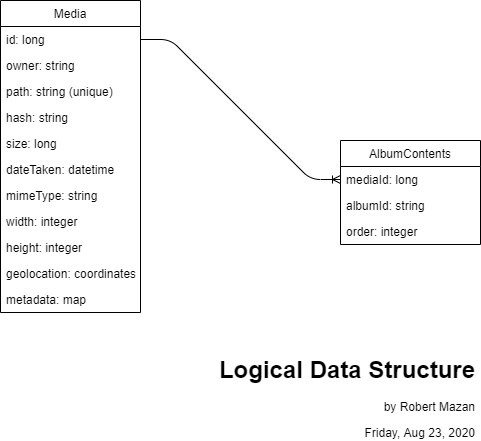
The draw.io diagram docs/images/logical_data_structure.png in robmazan/coffeetable, before a commit. Source tidied: cells renumbered, new cells last; positions are measured from the earlier drawing's top-left corner, leaving out a move shared by most shapes.
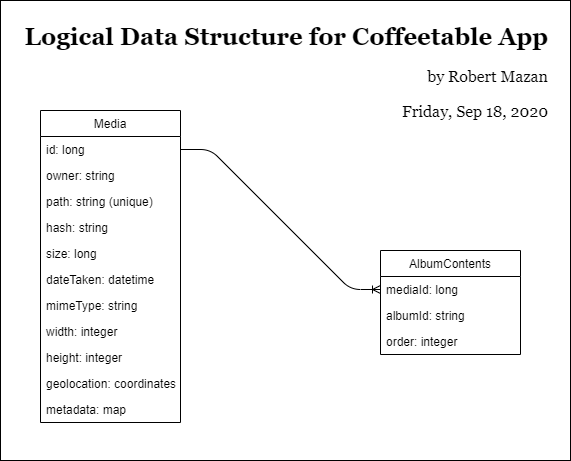
The same file after the commit.

What changed in the source:
```diff
@@ -2,6 +2,9 @@
   <root>
     <mxCell id="0" />
     <mxCell id="1" parent="0" />
+    <mxCell id="20" value="&lt;p style=&quot;line-height: 100% ; font-size: 16px&quot;&gt;&lt;/p&gt;&lt;p&gt;&lt;font style=&quot;font-size: 24px&quot;&gt;&lt;b&gt;Logical Data Structure for Coffeetable App&lt;/b&gt;&lt;/font&gt;&lt;/p&gt;&lt;p style=&quot;font-size: 16px&quot;&gt;by Robert Mazan&lt;/p&gt;&lt;p style=&quot;font-size: 16px&quot;&gt;&lt;span&gt;Friday, Sep 18, 2020&lt;/span&gt;&lt;br&gt;&lt;/p&gt;&lt;p style=&quot;font-size: 16px&quot;&gt;&lt;/p&gt;" style="rounded=0;whiteSpace=wrap;html=1;fontSize=16;align=right;verticalAlign=top;spacingRight=20;fontFamily=Georgia;" parent="1" vertex="1">
+      <mxGeometry x="-40" y="-110" width="570" height="460" as="geometry" />
+    </mxCell>
     <mxCell id="2" style="edgeStyle=entityRelationEdgeStyle;fontSize=12;html=1;endArrow=ERoneToMany;exitX=1;exitY=0.5;exitDx=0;exitDy=0;entryX=0;entryY=0.5;entryDx=0;entryDy=0;" parent="1" edge="1" source="4" target="16">
       <mxGeometry relative="1" as="geometry" />
     </mxCell>
@@ -53,8 +56,5 @@
     <mxCell id="18" value="order: integer" style="text;strokeColor=none;fillColor=none;align=left;verticalAlign=top;spacingLeft=4;spacingRight=4;overflow=hidden;" parent="15" vertex="1">
       <mxGeometry y="78" width="140" height="26" as="geometry" />
     </mxCell>
-    <mxCell id="19" value="&lt;h1&gt;Logical Data Structure&lt;/h1&gt;&lt;p&gt;by Robert Mazan&lt;/p&gt;&lt;p&gt;Friday, Aug 23, 2020&lt;/p&gt;" style="text;html=1;strokeColor=none;fillColor=none;spacing=5;spacingTop=-20;whiteSpace=wrap;overflow=hidden;rounded=0;align=right;" parent="1" vertex="1">
-      <mxGeometry x="190" y="350" width="290" height="90" as="geometry" />
-    </mxCell>
   </root>
 </mxGraphModel>
```
